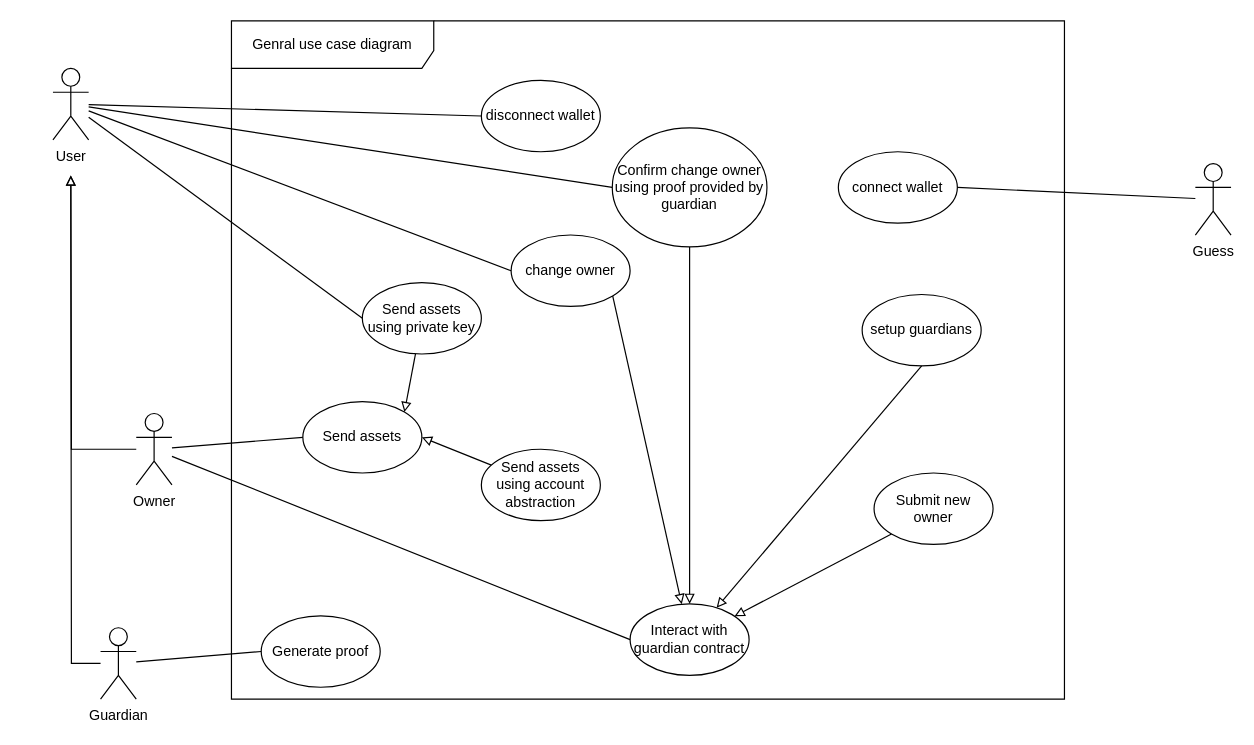
Above: page "general-usecase-diagram" (5 of 5) of documents/master.drawio in phamhongphuc1999/account-abstraction-app (draw.io), before the change. Source tidied: cells renumbered, new cells numbered last; positions are measured from the earlier drawing's top-left corner, leaving out a move shared by most shapes. Both pictures are drawn from the tidied source at 119%, with x=0, y=0 at pixel (52, 20).
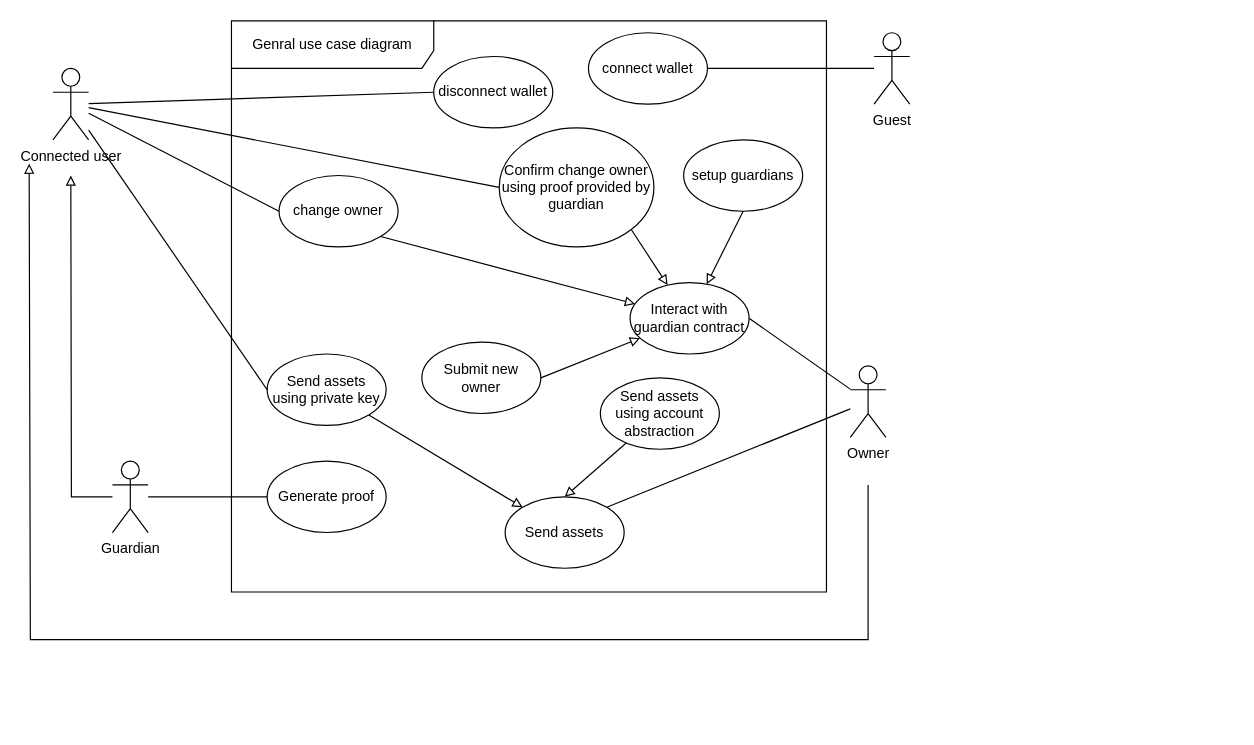
After the change.

What changed in the source:
```diff
@@
     <mxCell id="2" value="Genral use case diagram" style="shape=umlFrame;whiteSpace=wrap;html=1;width=170;height=40;" parent="1" vertex="1">
-      <mxGeometry x="150" width="700" height="570" as="geometry" />
+      <mxGeometry x="150" width="500" height="480" as="geometry" />
     </mxCell>
     <mxCell id="3" value="connect wallet" style="ellipse;whiteSpace=wrap;html=1;" parent="2" vertex="1">
-      <mxGeometry x="510" y="110" width="100" height="60" as="geometry" />
+      <mxGeometry x="300" y="10" width="100" height="60" as="geometry" />
     </mxCell>
     <mxCell id="4" value="Send assets" style="ellipse;whiteSpace=wrap;html=1;" parent="2" vertex="1">
-      <mxGeometry x="60" y="320" width="100" height="60" as="geometry" />
+      <mxGeometry x="230" y="400" width="100" height="60" as="geometry" />
     </mxCell>
     <mxCell id="5" value="Submit new owner" style="ellipse;whiteSpace=wrap;html=1;" parent="2" vertex="1">
-      <mxGeometry x="540" y="380" width="100" height="60" as="geometry" />
+      <mxGeometry x="160" y="270" width="100" height="60" as="geometry" />
     </mxCell>
     <mxCell id="6" value="Generate proof" style="ellipse;whiteSpace=wrap;html=1;" parent="2" vertex="1">
-      <mxGeometry x="25" y="500" width="100" height="60" as="geometry" />
+      <mxGeometry x="30" y="370" width="100" height="60" as="geometry" />
     </mxCell>
     <mxCell id="7" value="Confirm change owner using proof provided by guardian" style="ellipse;whiteSpace=wrap;html=1;" parent="2" vertex="1">
-      <mxGeometry x="320" y="90" width="130" height="100" as="geometry" />
+      <mxGeometry x="225" y="90" width="130" height="100" as="geometry" />
     </mxCell>
     <mxCell id="8" value="change owner" style="ellipse;whiteSpace=wrap;html=1;" parent="2" vertex="1">
-      <mxGeometry x="235" y="180" width="100" height="60" as="geometry" />
+      <mxGeometry x="40" y="130" width="100" height="60" as="geometry" />
     </mxCell>
     <mxCell id="9" value="setup guardians" style="ellipse;whiteSpace=wrap;html=1;" parent="2" vertex="1">
-      <mxGeometry x="530" y="230" width="100" height="60" as="geometry" />
+      <mxGeometry x="380" y="100" width="100" height="60" as="geometry" />
     </mxCell>
     <mxCell id="10" value="disconnect wallet" style="ellipse;whiteSpace=wrap;html=1;" parent="2" vertex="1">
-      <mxGeometry x="210" y="50" width="100" height="60" as="geometry" />
+      <mxGeometry x="170" y="30" width="100" height="60" as="geometry" />
     </mxCell>
     <mxCell id="11" value="Interact with guardian contract" style="ellipse;whiteSpace=wrap;html=1;" parent="2" vertex="1">
-      <mxGeometry x="335" y="490" width="100" height="60" as="geometry" />
+      <mxGeometry x="335" y="220" width="100" height="60" as="geometry" />
     </mxCell>
-    <mxCell id="12" style="rounded=0;jettySize=auto;html=1;entryX=0.5;entryY=1;entryDx=0;entryDy=0;endArrow=none;endFill=0;strokeWidth=1;startArrow=block;startFill=0;" parent="2" edge="1" source="11" target="7">
+    <mxCell id="12" style="rounded=0;jettySize=auto;html=1;entryX=1;entryY=1;entryDx=0;entryDy=0;endArrow=none;endFill=0;strokeWidth=1;startArrow=block;startFill=0;" parent="2" edge="1" source="11" target="7">
       <mxGeometry relative="1" as="geometry" />
     </mxCell>
@@
-    <mxCell id="15" style="rounded=0;jettySize=auto;html=1;entryX=0;entryY=1;entryDx=0;entryDy=0;endArrow=none;endFill=0;startArrow=block;startFill=0;" parent="2" edge="1" source="11" target="5">
+    <mxCell id="15" style="rounded=0;jettySize=auto;html=1;entryX=1;entryY=0.5;entryDx=0;entryDy=0;endArrow=none;endFill=0;startArrow=block;startFill=0;" parent="2" edge="1" source="11" target="5">
       <mxGeometry relative="1" as="geometry" />
     </mxCell>
-    <mxCell id="16" style="rounded=0;jettySize=auto;html=1;entryX=1;entryY=0;entryDx=0;entryDy=0;endArrow=block;endFill=0;" parent="2" edge="1" source="17" target="4">
+    <mxCell id="16" style="rounded=0;jettySize=auto;html=1;entryX=0;entryY=0;entryDx=0;entryDy=0;endArrow=block;endFill=0;" parent="2" edge="1" source="17" target="4">
       <mxGeometry relative="1" as="geometry" />
     </mxCell>
     <mxCell id="17" value="Send assets using private key" style="ellipse;whiteSpace=wrap;html=1;" parent="2" vertex="1">
-      <mxGeometry x="110" y="220" width="100" height="60" as="geometry" />
+      <mxGeometry x="30" y="280" width="100" height="60" as="geometry" />
     </mxCell>
-    <mxCell id="18" style="rounded=0;jettySize=auto;html=1;entryX=1;entryY=0.5;entryDx=0;entryDy=0;endArrow=block;endFill=0;" parent="2" edge="1" source="19" target="4">
+    <mxCell id="18" style="rounded=0;jettySize=auto;html=1;entryX=0.5;entryY=0;entryDx=0;entryDy=0;endArrow=block;endFill=0;" parent="2" edge="1" source="19" target="4">
       <mxGeometry relative="1" as="geometry" />
     </mxCell>
     <mxCell id="19" value="Send assets using account abstraction" style="ellipse;whiteSpace=wrap;html=1;" parent="2" vertex="1">
-      <mxGeometry x="210" y="360" width="100" height="60" as="geometry" />
+      <mxGeometry x="310" y="300" width="100" height="60" as="geometry" />
     </mxCell>
@@
-    <mxCell id="21" value="Guess" style="shape=umlActor;html=1;verticalLabelPosition=bottom;verticalAlign=top;align=center;" parent="1" vertex="1">
-      <mxGeometry x="960" y="120" width="30" height="60" as="geometry" />
+    <mxCell id="21" value="Guest" style="shape=umlActor;html=1;verticalLabelPosition=bottom;verticalAlign=top;align=center;" parent="1" vertex="1">
+      <mxGeometry x="690" y="10" width="30" height="60" as="geometry" />
     </mxCell>
@@
-    <mxCell id="26" value="User" style="shape=umlActor;html=1;verticalLabelPosition=bottom;verticalAlign=top;align=center;" parent="1" vertex="1">
+    <mxCell id="26" value="Connected user" style="shape=umlActor;html=1;verticalLabelPosition=bottom;verticalAlign=top;align=center;" parent="1" vertex="1">
       <mxGeometry y="40" width="30" height="60" as="geometry" />
     </mxCell>
-    <mxCell id="27" style="rounded=0;jettySize=auto;html=1;entryX=0;entryY=0.5;entryDx=0;entryDy=0;endArrow=none;endFill=0;" parent="1" edge="1" source="28" target="4">
+    <mxCell id="27" style="rounded=0;jettySize=auto;html=1;entryX=1;entryY=0;entryDx=0;entryDy=0;endArrow=none;endFill=0;" parent="1" edge="1" source="28" target="4">
       <mxGeometry relative="1" as="geometry" />
     </mxCell>
+    <mxCell id="34" style="edgeStyle=orthogonalEdgeStyle;rounded=0;orthogonalLoop=1;jettySize=auto;html=1;endArrow=block;endFill=0;" parent="1" edge="1">
+      <mxGeometry relative="1" as="geometry">
+        <mxPoint x="685" y="390" as="sourcePoint" />
+        <mxPoint x="-20" y="120" as="targetPoint" />
+        <Array as="points">
+          <mxPoint x="685" y="520" />
+          <mxPoint x="-19" y="520" />
+          <mxPoint x="-19" y="120" />
+        </Array>
+      </mxGeometry>
+    </mxCell>
     <mxCell id="28" value="Owner" style="shape=umlActor;html=1;verticalLabelPosition=bottom;verticalAlign=top;align=center;" parent="1" vertex="1">
-      <mxGeometry x="70" y="330" width="30" height="60" as="geometry" />
+      <mxGeometry x="670" y="290" width="30" height="60" as="geometry" />
     </mxCell>
@@
     <mxCell id="30" value="Guardian" style="shape=umlActor;html=1;verticalLabelPosition=bottom;verticalAlign=top;align=center;" parent="1" vertex="1">
-      <mxGeometry x="40" y="510" width="30" height="60" as="geometry" />
+      <mxGeometry x="50" y="370" width="30" height="60" as="geometry" />
     </mxCell>
-    <mxCell id="31" style="edgeStyle=orthogonalEdgeStyle;rounded=0;jettySize=auto;html=1;endArrow=block;endFill=0;" parent="1" edge="1" source="28">
-      <mxGeometry relative="1" as="geometry">
-        <mxPoint x="15" y="130" as="targetPoint" />
-      </mxGeometry>
-    </mxCell>
@@
-    <mxCell id="33" style="rounded=0;jettySize=auto;html=1;endArrow=none;endFill=0;entryX=0;entryY=0.5;entryDx=0;entryDy=0;" parent="1" edge="1" source="28" target="11">
+    <mxCell id="33" style="rounded=0;jettySize=auto;html=1;endArrow=none;endFill=0;entryX=1;entryY=0.5;entryDx=0;entryDy=0;" parent="1" edge="1" source="28" target="11">
       <mxGeometry relative="1" as="geometry" />
     </mxCell>
```
